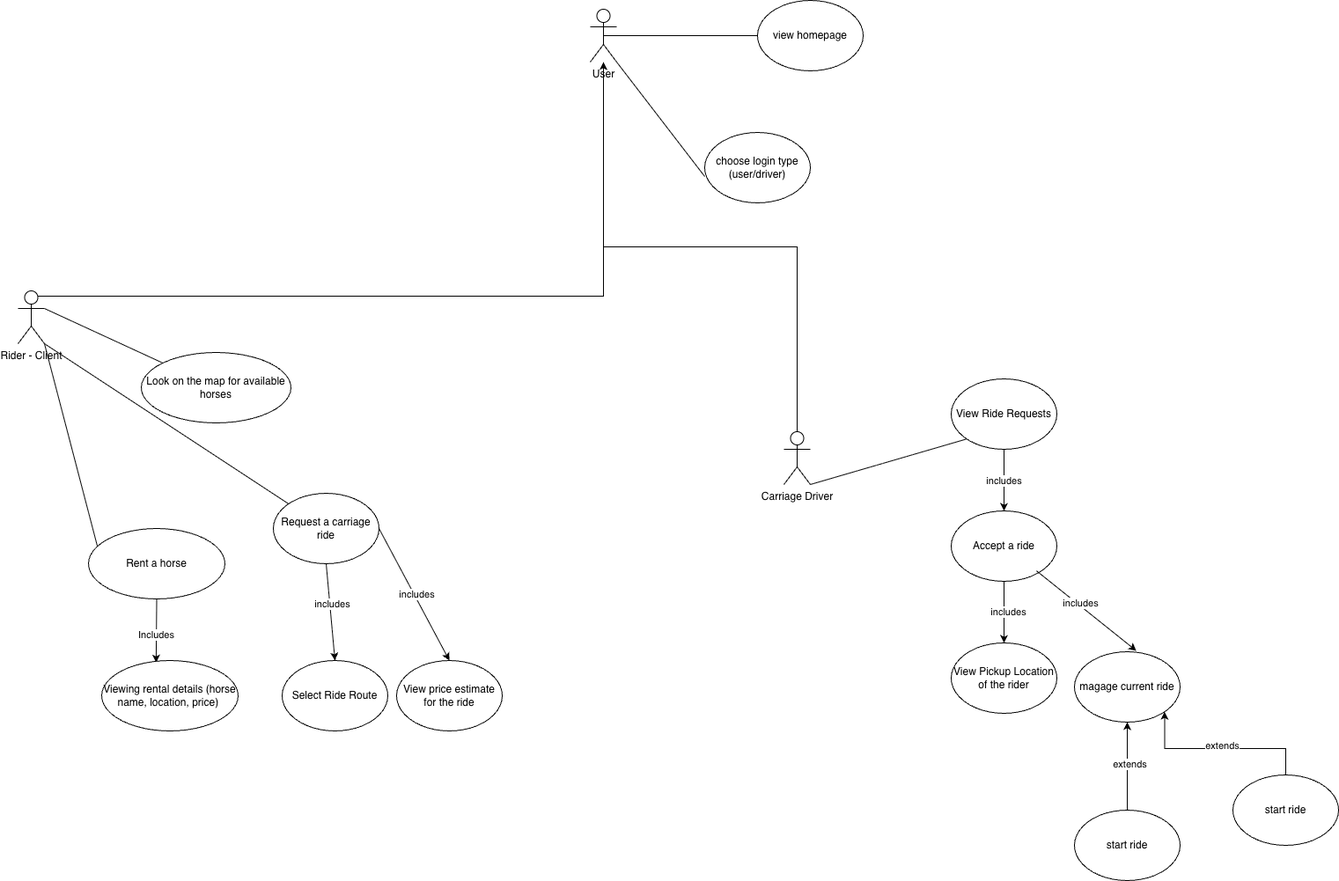
KOTerra/utcn-HorseShare keeps this draw.io diagram as doc/UseCaseDiagram-HorseShare.png. Above is the earlier version. Source tidied: cells renumbered, new cells last; positions are measured from the earlier drawing's top-left corner, leaving out a move shared by most shapes.
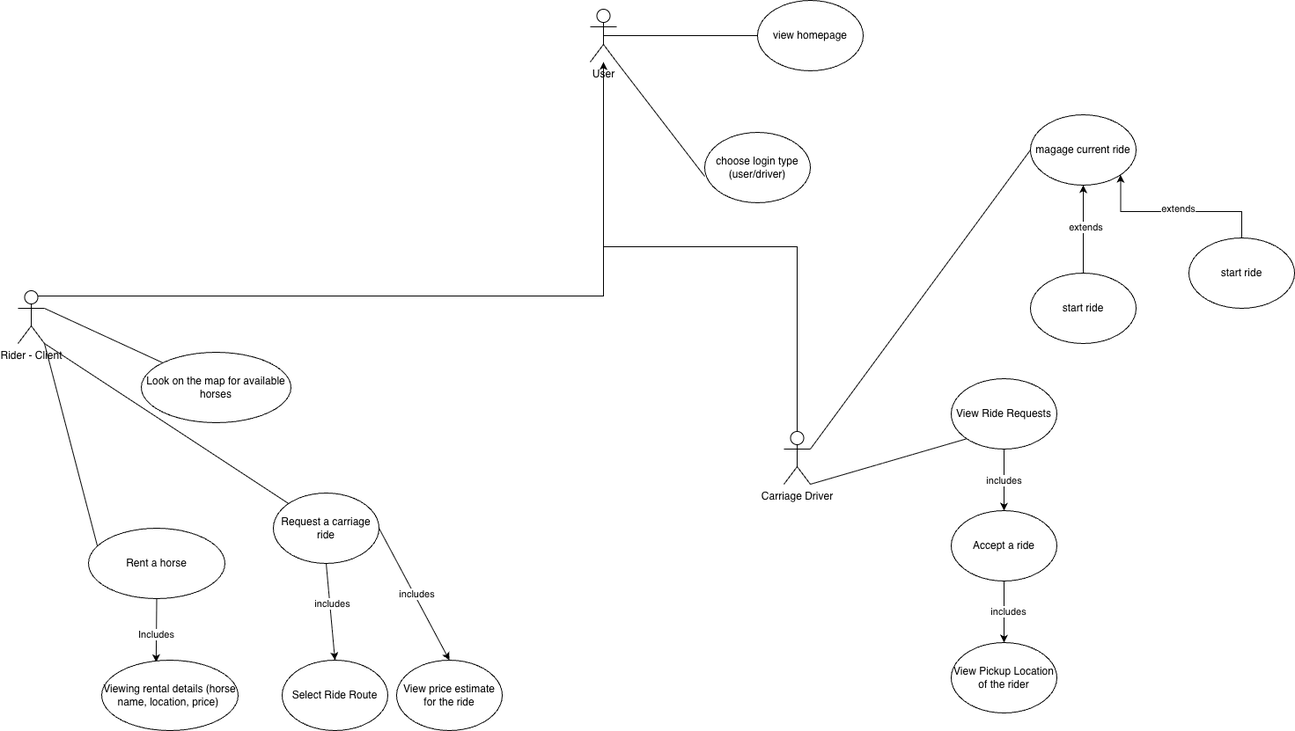
The same file after the commit.

Diff of the diagram source:
```diff
@@ -75,24 +75,18 @@
       <mxGeometry x="1060" y="730" width="120" height="80" as="geometry" />
     </mxCell>
     <mxCell id="26" value="magage current ride" style="ellipse;whiteSpace=wrap;html=1;" parent="1" vertex="1">
-      <mxGeometry x="1200" y="740" width="120" height="80" as="geometry" />
+      <mxGeometry x="1150" y="130" width="120" height="80" as="geometry" />
     </mxCell>
-    <mxCell id="27" style="endArrow=classic;html=1;rounded=0;entryX=0.586;entryY=-0.013;entryDx=0;entryDy=0;entryPerimeter=0;exitX=0.808;exitY=0.852;exitDx=0;exitDy=0;exitPerimeter=0;" parent="1" edge="1" source="21" target="26">
-      <mxGeometry relative="1" as="geometry" />
-    </mxCell>
-    <mxCell id="28" value="includes" style="edgeLabel;html=1;align=center;verticalAlign=middle;" parent="27" vertex="1">
-      <mxGeometry x="-0.15" y="3" relative="1" as="geometry" />
-    </mxCell>
     <mxCell id="29" style="endArrow=classic;html=1;rounded=0;" parent="1" edge="1" target="26">
       <mxGeometry relative="1" as="geometry">
-        <mxPoint x="1260" y="920" as="sourcePoint" />
+        <mxPoint x="1210" y="310" as="sourcePoint" />
       </mxGeometry>
     </mxCell>
     <mxCell id="30" value="extends" style="edgeLabel;html=1;align=center;verticalAlign=middle;" parent="29" vertex="1">
       <mxGeometry x="0.06" y="-2" relative="1" as="geometry" />
     </mxCell>
     <mxCell id="31" value="start ride" style="ellipse;whiteSpace=wrap;html=1;" parent="1" vertex="1">
-      <mxGeometry x="1200" y="920" width="120" height="80" as="geometry" />
+      <mxGeometry x="1150" y="310" width="120" height="80" as="geometry" />
     </mxCell>
     <mxCell id="32" value="User&lt;div&gt;&lt;br&gt;&lt;/div&gt;" style="shape=umlActor;verticalLabelPosition=bottom;verticalAlign=top;html=1;outlineConnect=0;" parent="1" vertex="1">
       <mxGeometry x="650" y="10" width="30" height="60" as="geometry" />
@@ -121,10 +115,13 @@
       <mxGeometry x="-0.02" y="-4" relative="1" as="geometry" />
     </mxCell>
     <mxCell id="40" value="start ride" style="ellipse;whiteSpace=wrap;html=1;" parent="1" vertex="1">
-      <mxGeometry x="1380" y="880" width="120" height="80" as="geometry" />
+      <mxGeometry x="1330" y="270" width="120" height="80" as="geometry" />
     </mxCell>
     <mxCell id="41" style="endArrow=none;html=1;rounded=0;exitX=1;exitY=1;exitDx=0;exitDy=0;exitPerimeter=0;" parent="1" edge="1" source="3" target="9">
       <mxGeometry relative="1" as="geometry" />
     </mxCell>
+    <mxCell id="42" style="endArrow=none;html=1;rounded=0;exitX=0;exitY=0.5;exitDx=0;exitDy=0;entryX=1;entryY=0.3333333333333333;entryDx=0;entryDy=0;entryPerimeter=0;" parent="1" edge="1" source="26" target="17">
+      <mxGeometry relative="1" as="geometry" />
+    </mxCell>
   </root>
 </mxGraphModel>
```
